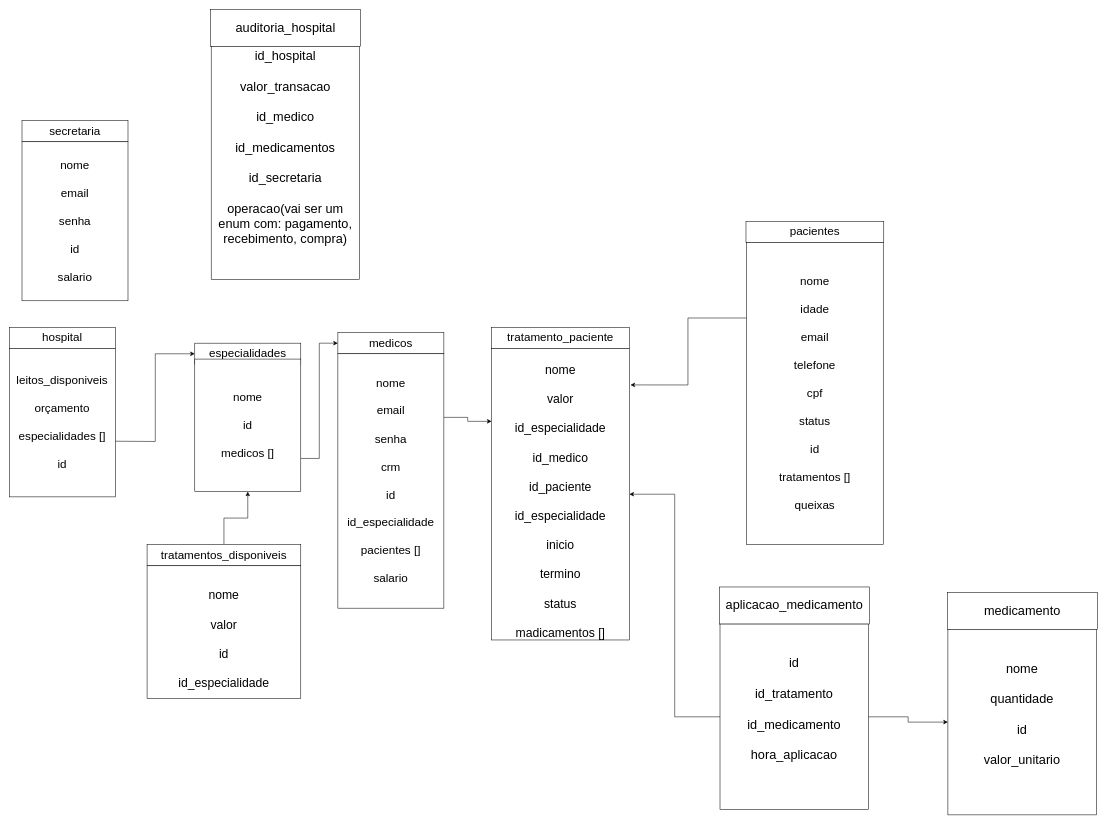
Earlier version of the draw.io diagram page "Relações" (1 of 5) of Abstracao.drawio (JoaoMarcosCS/JardimSaudeAPI). Source tidied: cells renumbered, new cells numbered last; positions are measured from the earlier drawing's top-left corner, leaving out a move shared by most shapes. Both pictures are drawn from the tidied source at 53%, with x=0, y=0 at pixel (9, 9).
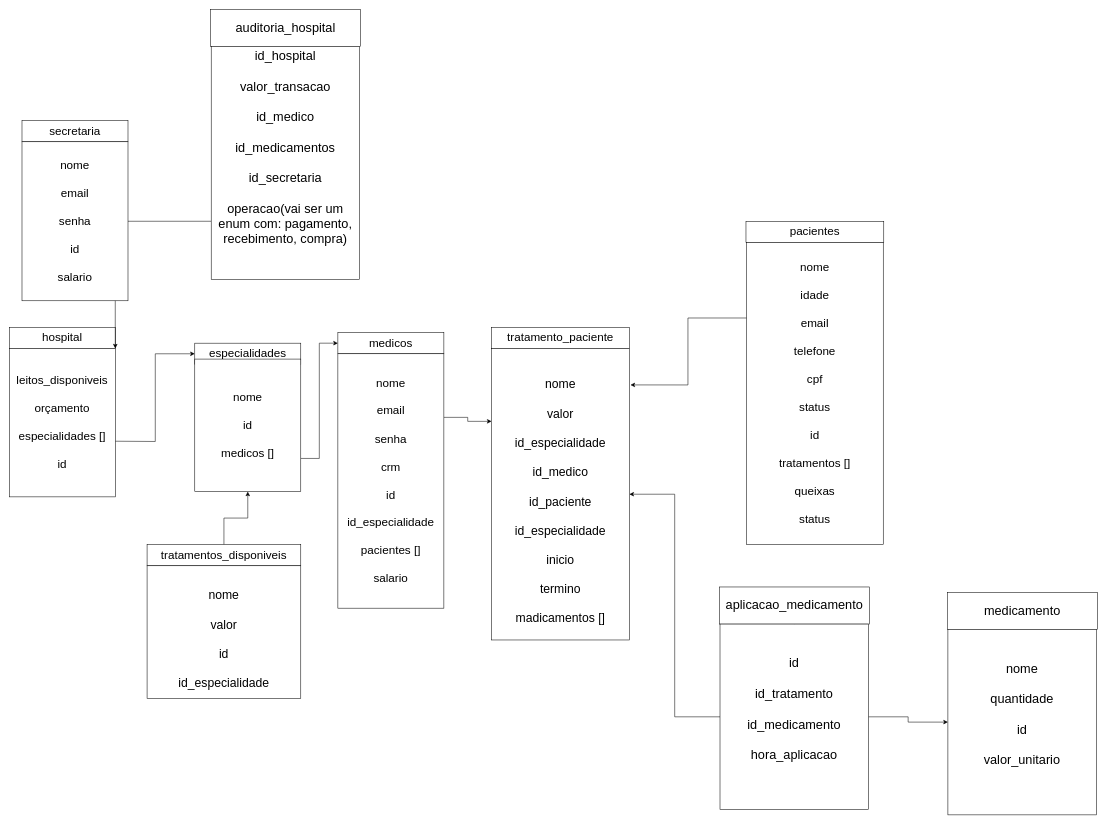
The same diagram, later.

The change refers to these unchanged cells:
```xml
<mxCell id="4" value="leitos_disponiveis&lt;br style=&quot;font-size: 22px;&quot;&gt;&lt;br style=&quot;font-size: 22px;&quot;&gt;orçamento&lt;br style=&quot;font-size: 22px;&quot;&gt;&lt;br style=&quot;font-size: 22px;&quot;&gt;especialidades []&lt;br&gt;&lt;br&gt;id" style="rounded=0;whiteSpace=wrap;html=1;fontSize=22;" parent="1" vertex="1">
  <mxGeometry y="640" width="200" height="280" as="geometry" />
</mxCell>
<mxCell id="28" value="&lt;font style=&quot;font-size: 24px;&quot;&gt;id_hospital&lt;br&gt;&lt;br&gt;valor_transacao&lt;br&gt;&lt;br&gt;id_medico&lt;br&gt;&lt;br&gt;id_medicamentos&lt;br&gt;&lt;br&gt;id_secretaria&lt;br&gt;&lt;br&gt;operacao(vai ser um enum com: pagamento, recebimento, compra)&lt;br&gt;&lt;br&gt;&lt;br&gt;&lt;/font&gt;" style="rounded=0;whiteSpace=wrap;html=1;" parent="1" vertex="1">
  <mxGeometry x="381" y="70" width="280" height="440" as="geometry" />
</mxCell>
```

Change to the diagram source:
```diff
@@
-    <mxCell id="12" value="nome&lt;br style=&quot;font-size: 22px;&quot;&gt;&lt;br style=&quot;font-size: 22px;&quot;&gt;idade&lt;br style=&quot;font-size: 22px;&quot;&gt;&lt;br style=&quot;font-size: 22px;&quot;&gt;email&lt;br style=&quot;font-size: 22px;&quot;&gt;&lt;br style=&quot;font-size: 22px;&quot;&gt;telefone&lt;br style=&quot;font-size: 22px;&quot;&gt;&lt;br style=&quot;font-size: 22px;&quot;&gt;cpf&lt;br style=&quot;font-size: 22px;&quot;&gt;&lt;br style=&quot;font-size: 22px;&quot;&gt;status&lt;br style=&quot;font-size: 22px;&quot;&gt;&lt;br style=&quot;font-size: 22px;&quot;&gt;id&lt;br&gt;&lt;br style=&quot;font-size: 22px;&quot;&gt;tratamentos []&lt;br style=&quot;font-size: 22px;&quot;&gt;&lt;br style=&quot;font-size: 22px;&quot;&gt;queixas" style="rounded=0;whiteSpace=wrap;html=1;fontSize=22;" parent="1" vertex="1">
+    <mxCell id="12" value="nome&lt;br style=&quot;font-size: 22px;&quot;&gt;&lt;br style=&quot;font-size: 22px;&quot;&gt;idade&lt;br style=&quot;font-size: 22px;&quot;&gt;&lt;br style=&quot;font-size: 22px;&quot;&gt;email&lt;br style=&quot;font-size: 22px;&quot;&gt;&lt;br style=&quot;font-size: 22px;&quot;&gt;telefone&lt;br style=&quot;font-size: 22px;&quot;&gt;&lt;br style=&quot;font-size: 22px;&quot;&gt;cpf&lt;br style=&quot;font-size: 22px;&quot;&gt;&lt;br style=&quot;font-size: 22px;&quot;&gt;status&lt;br style=&quot;font-size: 22px;&quot;&gt;&lt;br style=&quot;font-size: 22px;&quot;&gt;id&lt;br&gt;&lt;br style=&quot;font-size: 22px;&quot;&gt;tratamentos []&lt;br style=&quot;font-size: 22px;&quot;&gt;&lt;br style=&quot;font-size: 22px;&quot;&gt;queixas&lt;br&gt;&lt;br&gt;status" style="rounded=0;whiteSpace=wrap;html=1;fontSize=22;" parent="1" vertex="1">
       <mxGeometry x="1391" y="440" width="258" height="570" as="geometry" />
     </mxCell>
@@
-    <mxCell id="14" value="&lt;br&gt;nome&lt;br&gt;&lt;br&gt;valor&lt;br&gt;&lt;br&gt;id_especialidade&lt;br&gt;&lt;br&gt;id_medico&lt;br&gt;&lt;br&gt;id_paciente&lt;br&gt;&lt;br&gt;id_especialidade&lt;br&gt;&lt;br&gt;inicio&lt;br&gt;&lt;br&gt;termino&lt;br&gt;&lt;br&gt;status&lt;br&gt;&lt;br&gt;madicamentos []" style="rounded=0;whiteSpace=wrap;html=1;fontSize=23;" parent="1" vertex="1">
+    <mxCell id="14" value="&lt;br&gt;nome&lt;br&gt;&lt;br&gt;valor&lt;br&gt;&lt;br&gt;id_especialidade&lt;br&gt;&lt;br&gt;id_medico&lt;br&gt;&lt;br&gt;id_paciente&lt;br&gt;&lt;br&gt;id_especialidade&lt;br&gt;&lt;br&gt;inicio&lt;br&gt;&lt;br&gt;termino&lt;br&gt;&lt;br&gt;madicamentos []" style="rounded=0;whiteSpace=wrap;html=1;fontSize=23;" parent="1" vertex="1">
       <mxGeometry x="910" y="640" width="260" height="550" as="geometry" />
     </mxCell>
@@
+    <mxCell id="31" style="edgeStyle=orthogonalEdgeStyle;rounded=0;jettySize=auto;html=1;exitX=0;exitY=0.75;exitDx=0;exitDy=0;entryX=1;entryY=0;entryDx=0;entryDy=0;" parent="1" edge="1" source="28" target="4">
+      <mxGeometry relative="1" as="geometry" />
+    </mxCell>
```
